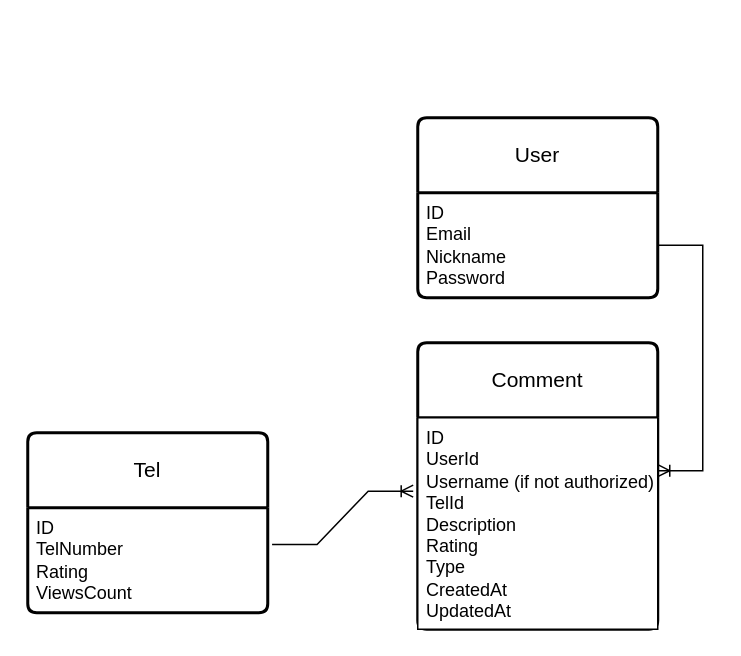
Earlier version of the draw.io diagram db-diagram.drawio (Lokusok/express-who-call). Source tidied: cells renumbered, new cells numbered last; positions are measured from the earlier drawing's top-left corner, leaving out a move shared by most shapes. Both pictures are drawn from the tidied source at 150%, with x=0, y=0 at pixel (27, 117).
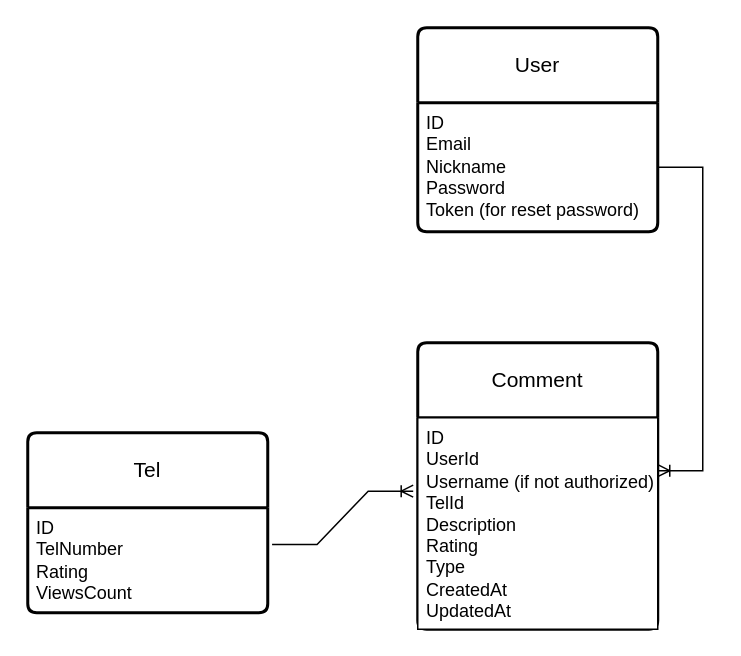
The same diagram, later.

What changed in the source:
```diff
@@
 <mxGraphModel>
   <root>
     <mxCell id="0" />
     <mxCell id="1" parent="0" />
     <mxCell id="2" value="User" style="swimlane;horizontal=1;startSize=50;rounded=1;fontSize=14;fontStyle=0;strokeWidth=2;shadow=0;dashed=0;align=center;arcSize=4;whiteSpace=wrap;html=1;" parent="1" vertex="1">
-      <mxGeometry x="260" width="160" height="120" as="geometry" />
+      <mxGeometry x="260" y="-60" width="160" height="136" as="geometry" />
     </mxCell>
-    <mxCell id="3" value="ID&lt;br&gt;Email&lt;br&gt;Nickname&lt;br&gt;Password" style="align=left;strokeColor=none;fillColor=none;spacingLeft=4;fontSize=12;verticalAlign=top;html=1;" parent="2" vertex="1">
-      <mxGeometry y="50" width="160" height="70" as="geometry" />
+    <mxCell id="3" value="ID&lt;br&gt;Email&lt;br&gt;Nickname&lt;br&gt;Password&lt;br&gt;Token (for reset password)" style="align=left;strokeColor=none;fillColor=none;spacingLeft=4;fontSize=12;verticalAlign=top;html=1;" parent="2" vertex="1">
+      <mxGeometry y="50" width="160" height="86" as="geometry" />
     </mxCell>
     <mxCell id="4" value="Tel" style="swimlane;horizontal=1;startSize=50;rounded=1;fontSize=14;fontStyle=0;strokeWidth=2;shadow=0;dashed=0;align=center;arcSize=4;whiteSpace=wrap;html=1;" parent="1" vertex="1">
       <mxGeometry y="210" width="160" height="120" as="geometry" />
     </mxCell>
     <mxCell id="5" value="ID&lt;br&gt;TelNumber&lt;br&gt;Rating&lt;br&gt;ViewsCount" style="align=left;strokeColor=none;fillColor=none;spacingLeft=4;fontSize=12;verticalAlign=top;html=1;" parent="4" vertex="1">
       <mxGeometry y="50" width="160" height="70" as="geometry" />
     </mxCell>
     <mxCell id="6" value="Comment" style="swimlane;horizontal=1;startSize=50;rounded=1;fontSize=14;fontStyle=0;strokeWidth=2;shadow=0;dashed=0;align=center;arcSize=4;whiteSpace=wrap;html=1;" parent="1" vertex="1">
       <mxGeometry x="260" y="150" width="160" height="191" as="geometry" />
     </mxCell>
     <mxCell id="7" value="ID&lt;br&gt;UserId&lt;br&gt;Username (if not authorized)&lt;br&gt;TelId&lt;br&gt;Description&lt;br&gt;Rating&lt;br&gt;Type&lt;br&gt;CreatedAt&lt;br&gt;UpdatedAt" style="align=left;spacingLeft=4;fontSize=12;verticalAlign=top;html=1;" parent="6" vertex="1">
       <mxGeometry y="50" width="160" height="141" as="geometry" />
     </mxCell>
     <mxCell id="8" style="edgeStyle=entityRelationEdgeStyle;fontSize=12;html=1;endArrow=ERoneToMany;rounded=0;exitX=1;exitY=0.5;exitDx=0;exitDy=0;entryX=1;entryY=0.25;entryDx=0;entryDy=0;" parent="1" edge="1" source="3" target="7">
       <mxGeometry relative="1" as="geometry">
         <Array as="points">
           <mxPoint x="410" y="130" />
         </Array>
       </mxGeometry>
     </mxCell>
     <mxCell id="9" style="edgeStyle=entityRelationEdgeStyle;fontSize=12;html=1;endArrow=ERoneToMany;rounded=0;exitX=1.018;exitY=0.35;exitDx=0;exitDy=0;exitPerimeter=0;entryX=-0.019;entryY=0.347;entryDx=0;entryDy=0;entryPerimeter=0;" parent="1" edge="1" source="5" target="7">
       <mxGeometry relative="1" as="geometry" />
     </mxCell>
   </root>
 </mxGraphModel>
```
